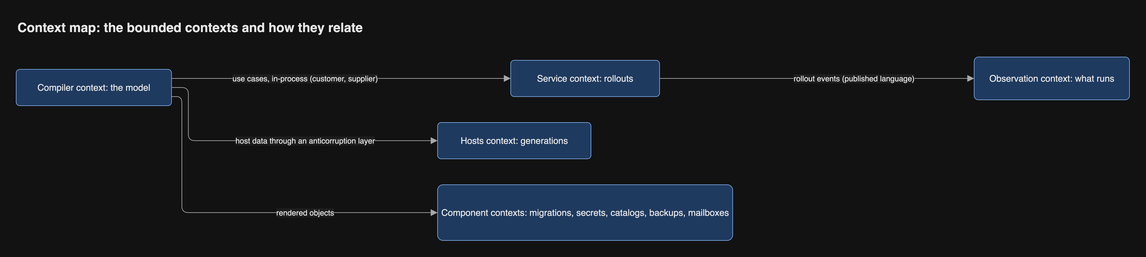
This is docs/diagrams/png/context-map.png from JorisJonkers-dev/estate-kit, a draw.io export, as it was before one commit. Source tidied: cells renumbered, new cells last; positions are measured from the earlier drawing's top-left corner, leaving out a move shared by most shapes.
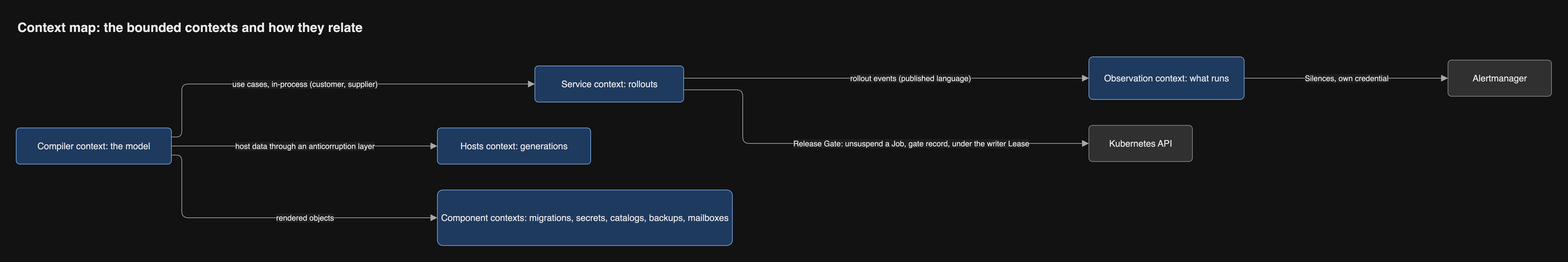
Later version of the same file.

Change to the diagram source:
```diff
@@ -3,56 +3,77 @@
     <mxCell id="0" />
     <mxCell id="1" parent="0" />
     <mxCell id="2" value="Compiler context: the model" style="rounded=1;arcSize=10;html=1;whiteSpace=wrap;fontSize=14;fontColor=light-dark(#1a1a1a,#e8e8e8);fillColor=light-dark(#dae8fc,#1f3a5f);strokeColor=light-dark(#6c8ebf,#7aa7e0);fontFamily=Helvetica;" parent="1" vertex="1">
-      <mxGeometry y="83" width="240" height="56" as="geometry" />
+      <mxGeometry y="174" width="240" height="56" as="geometry" />
     </mxCell>
     <mxCell id="3" value="Service context: rollouts" style="rounded=1;arcSize=10;html=1;whiteSpace=wrap;fontSize=14;fontColor=light-dark(#1a1a1a,#e8e8e8);fillColor=light-dark(#dae8fc,#1f3a5f);strokeColor=light-dark(#6c8ebf,#7aa7e0);fontFamily=Helvetica;" parent="1" vertex="1">
-      <mxGeometry x="764" y="69" width="230" height="56" as="geometry" />
+      <mxGeometry x="801.7" y="78" width="230" height="56" as="geometry" />
     </mxCell>
     <mxCell id="4" value="Observation context: what runs" style="rounded=1;arcSize=10;html=1;whiteSpace=wrap;fontSize=14;fontColor=light-dark(#1a1a1a,#e8e8e8);fillColor=light-dark(#dae8fc,#1f3a5f);strokeColor=light-dark(#6c8ebf,#7aa7e0);fontFamily=Helvetica;" parent="1" vertex="1">
-      <mxGeometry x="1480" y="64" width="240" height="66" as="geometry" />
+      <mxGeometry x="1658" y="64" width="240" height="66" as="geometry" />
     </mxCell>
     <mxCell id="5" value="Hosts context: generations" style="rounded=1;arcSize=10;html=1;whiteSpace=wrap;fontSize=14;fontColor=light-dark(#1a1a1a,#e8e8e8);fillColor=light-dark(#dae8fc,#1f3a5f);strokeColor=light-dark(#6c8ebf,#7aa7e0);fontFamily=Helvetica;" parent="1" vertex="1">
-      <mxGeometry x="651" y="165" width="237" height="56" as="geometry" />
+      <mxGeometry x="651" y="174" width="237" height="56" as="geometry" />
     </mxCell>
     <mxCell id="6" value="Component contexts: migrations, secrets, catalogs, backups, mailboxes" style="rounded=1;arcSize=10;html=1;whiteSpace=wrap;fontSize=14;fontColor=light-dark(#1a1a1a,#e8e8e8);fillColor=light-dark(#dae8fc,#1f3a5f);strokeColor=light-dark(#6c8ebf,#7aa7e0);fontFamily=Helvetica;" parent="1" vertex="1">
-      <mxGeometry x="651" y="261" width="456" height="86" as="geometry" />
+      <mxGeometry x="651" y="270" width="456" height="86" as="geometry" />
     </mxCell>
     <mxCell id="7" value="use cases, in-process (customer, supplier)" style="html=1;rounded=1;fontSize=14;fontSize=12;fontColor=light-dark(#1a1a1a,#e8e8e8);strokeColor=light-dark(#666666,#a8a8a8);endArrow=block;endFill=1;endSize=8;curved=0;exitX=1;exitY=0.25;entryX=0;entryY=0.5;edgeStyle=orthogonalEdgeStyle;fontFamily=Helvetica;labelBackgroundColor=light-dark(#ffffff,#1e1e1e);" parent="1" edge="1" source="2" target="3">
       <mxGeometry relative="1" as="geometry">
         <Array as="points">
-          <mxPoint x="502" y="97" />
+          <mxPoint x="256" y="188" />
+          <mxPoint x="256" y="106" />
         </Array>
-        <mxPoint x="-56.5" as="offset" />
+        <mxPoint x="-34.3" as="offset" />
       </mxGeometry>
     </mxCell>
-    <mxCell id="8" value="rollout events (published language)" style="html=1;rounded=1;fontSize=14;fontSize=12;fontColor=light-dark(#1a1a1a,#e8e8e8);strokeColor=light-dark(#666666,#a8a8a8);endArrow=block;endFill=1;endSize=8;curved=0;exitX=1;exitY=0.5;entryX=0;entryY=0.5;edgeStyle=orthogonalEdgeStyle;fontFamily=Helvetica;labelBackgroundColor=light-dark(#ffffff,#1e1e1e);" parent="1" edge="1" source="3" target="4">
+    <mxCell id="8" value="rollout events (published language)" style="html=1;rounded=1;fontSize=14;fontSize=12;fontColor=light-dark(#1a1a1a,#e8e8e8);strokeColor=light-dark(#666666,#a8a8a8);endArrow=block;endFill=1;endSize=8;curved=0;exitX=1;exitY=0.3393;entryX=0;entryY=0.5;edgeStyle=orthogonalEdgeStyle;fontFamily=Helvetica;labelBackgroundColor=light-dark(#ffffff,#1e1e1e);" parent="1" edge="1" source="3" target="4">
       <mxGeometry relative="1" as="geometry">
         <Array as="points">
-          <mxPoint x="1237" y="97" />
+          <mxPoint x="1344.8" y="97" />
         </Array>
-        <mxPoint x="56.5" as="offset" />
+        <mxPoint x="37.7" as="offset" />
       </mxGeometry>
     </mxCell>
     <mxCell id="9" value="host data through an anticorruption layer" style="html=1;rounded=1;fontSize=14;fontSize=12;fontColor=light-dark(#1a1a1a,#e8e8e8);strokeColor=light-dark(#666666,#a8a8a8);endArrow=block;endFill=1;endSize=8;curved=0;exitX=1;exitY=0.5;entryX=0;entryY=0.5;edgeStyle=orthogonalEdgeStyle;fontFamily=Helvetica;labelBackgroundColor=light-dark(#ffffff,#1e1e1e);" parent="1" edge="1" source="2" target="5">
       <mxGeometry relative="1" as="geometry">
         <Array as="points">
-          <mxPoint x="266" y="111" />
-          <mxPoint x="266" y="193" />
+          <mxPoint x="445.5" y="202" />
         </Array>
-        <mxPoint x="41" as="offset" />
       </mxGeometry>
     </mxCell>
     <mxCell id="10" value="rendered objects" style="html=1;rounded=1;fontSize=14;fontSize=12;fontColor=light-dark(#1a1a1a,#e8e8e8);strokeColor=light-dark(#666666,#a8a8a8);endArrow=block;endFill=1;endSize=8;curved=0;exitX=1;exitY=0.75;entryX=0;entryY=0.5;edgeStyle=orthogonalEdgeStyle;fontFamily=Helvetica;labelBackgroundColor=light-dark(#ffffff,#1e1e1e);" parent="1" edge="1" source="2" target="6">
       <mxGeometry relative="1" as="geometry">
         <Array as="points">
-          <mxPoint x="256" y="125" />
-          <mxPoint x="256" y="304" />
+          <mxPoint x="256" y="216" />
+          <mxPoint x="256" y="313" />
         </Array>
-        <mxPoint x="89.5" as="offset" />
+        <mxPoint x="48.5" as="offset" />
       </mxGeometry>
     </mxCell>
+    <mxCell id="12" value="Kubernetes API" style="rounded=1;arcSize=10;html=1;whiteSpace=wrap;fontSize=14;fontColor=light-dark(#1a1a1a,#e8e8e8);fillColor=light-dark(#eeeeee,#303030);strokeColor=light-dark(#999999,#8a8a8a);fontFamily=Helvetica;" parent="1" vertex="1">
+      <mxGeometry x="1658" y="170" width="160" height="56" as="geometry" />
+    </mxCell>
+    <mxCell id="13" value="Alertmanager" style="rounded=1;arcSize=10;html=1;whiteSpace=wrap;fontSize=14;fontColor=light-dark(#1a1a1a,#e8e8e8);fillColor=light-dark(#eeeeee,#303030);strokeColor=light-dark(#999999,#8a8a8a);fontFamily=Helvetica;" parent="1" vertex="1">
+      <mxGeometry x="2213" y="69" width="160" height="56" as="geometry" />
+    </mxCell>
+    <mxCell id="14" value="Release Gate: unsuspend a Job, gate record, under the writer Lease" style="html=1;rounded=1;fontSize=14;fontSize=12;fontColor=light-dark(#1a1a1a,#e8e8e8);strokeColor=light-dark(#666666,#a8a8a8);endArrow=block;endFill=1;endSize=8;curved=0;exitX=1;exitY=0.6607;entryX=0;entryY=0.5;edgeStyle=orthogonalEdgeStyle;fontFamily=Helvetica;labelBackgroundColor=light-dark(#ffffff,#1e1e1e);" parent="1" edge="1" source="3" target="12">
+      <mxGeometry relative="1" as="geometry">
+        <Array as="points">
+          <mxPoint x="1123" y="115" />
+          <mxPoint x="1123" y="198" />
+        </Array>
+        <mxPoint x="79.2" as="offset" />
+      </mxGeometry>
+    </mxCell>
+    <mxCell id="15" value="Silences, own credential" style="html=1;rounded=1;fontSize=14;fontSize=12;fontColor=light-dark(#1a1a1a,#e8e8e8);strokeColor=light-dark(#666666,#a8a8a8);endArrow=block;endFill=1;endSize=8;curved=0;exitX=1;exitY=0.5;entryX=0;entryY=0.5;edgeStyle=orthogonalEdgeStyle;fontFamily=Helvetica;labelBackgroundColor=light-dark(#ffffff,#1e1e1e);" parent="1" edge="1" source="4" target="13">
+      <mxGeometry relative="1" as="geometry">
+        <Array as="points">
+          <mxPoint x="2055.5" y="97" />
+        </Array>
+      </mxGeometry>
+    </mxCell>
     <mxCell id="11" value="Context map: the bounded contexts and how they relate" style="text;html=1;whiteSpace=wrap;align=left;verticalAlign=middle;fontSize=20;fontStyle=1;fontColor=light-dark(#1a1a1a,#e8e8e8);fontFamily=Helvetica;" parent="1" vertex="1">
-      <mxGeometry width="1720" height="36" as="geometry" />
+      <mxGeometry width="2373" height="36" as="geometry" />
     </mxCell>
   </root>
 </mxGraphModel>
```
